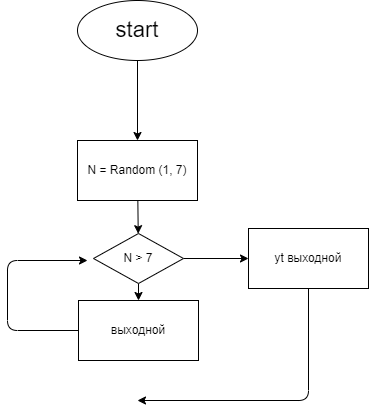
This is Ex003/diagram.drawio.png from YuVasilya/Home_work_2, a draw.io export, as it was before one commit. Source tidied: cells renumbered, new cells last; positions are measured from the earlier drawing's top-left corner, leaving out a move shared by most shapes.
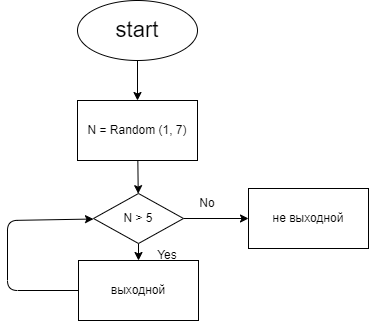
After the commit.

Change to the diagram source:
```diff
@@ -6,7 +6,7 @@
       <mxGeometry relative="1" as="geometry" />
     </mxCell>
     <mxCell id="3" value="&lt;font style=&quot;font-size: 22px&quot;&gt;start&lt;/font&gt;" style="ellipse;whiteSpace=wrap;html=1;" parent="1" vertex="1">
-      <mxGeometry x="70" width="120" height="60" as="geometry" />
+      <mxGeometry x="70" y="40" width="120" height="60" as="geometry" />
     </mxCell>
     <mxCell id="4" style="edgeStyle=none;html=1;fontSize=22;" parent="1" edge="1" source="5" target="8">
       <mxGeometry relative="1" as="geometry" />
@@ -20,31 +20,29 @@
     <mxCell id="7" style="edgeStyle=none;html=1;fontSize=22;" parent="1" edge="1" source="8" target="10">
       <mxGeometry relative="1" as="geometry" />
     </mxCell>
-    <mxCell id="8" value="N &amp;gt; 7" style="rhombus;whiteSpace=wrap;html=1;" parent="1" vertex="1">
+    <mxCell id="8" value="N &amp;gt; 5" style="rhombus;whiteSpace=wrap;html=1;" parent="1" vertex="1">
       <mxGeometry x="86" y="233" width="90" height="50" as="geometry" />
     </mxCell>
     <mxCell id="9" value="выходной" style="whiteSpace=wrap;html=1;" parent="1" vertex="1">
       <mxGeometry x="71" y="300" width="120" height="60" as="geometry" />
     </mxCell>
-    <mxCell id="10" value="yt выходной" style="whiteSpace=wrap;html=1;" parent="1" vertex="1">
+    <mxCell id="10" value="не выходной" style="whiteSpace=wrap;html=1;" parent="1" vertex="1">
       <mxGeometry x="241" y="228" width="120" height="60" as="geometry" />
     </mxCell>
-    <mxCell id="11" style="endArrow=classic;html=1;fontSize=22;exitX=0.5;exitY=1;exitDx=0;exitDy=0;" parent="1" edge="1" source="10">
-      <mxGeometry relative="1" as="geometry">
-        <mxPoint x="130" y="400" as="targetPoint" />
-        <Array as="points">
-          <mxPoint x="301" y="400" />
-        </Array>
-      </mxGeometry>
-    </mxCell>
     <mxCell id="12" style="endArrow=classic;html=1;fontSize=22;exitX=0;exitY=0.5;exitDx=0;exitDy=0;" parent="1" edge="1" source="9">
       <mxGeometry relative="1" as="geometry">
-        <mxPoint x="80" y="260" as="targetPoint" />
+        <mxPoint x="86" y="258.5" as="targetPoint" />
         <Array as="points">
           <mxPoint y="330" />
           <mxPoint y="260" />
         </Array>
       </mxGeometry>
     </mxCell>
+    <mxCell id="13" value="Yes" style="text;html=1;strokeColor=none;fillColor=none;align=center;verticalAlign=middle;whiteSpace=wrap;rounded=0;" parent="1" vertex="1">
+      <mxGeometry x="130" y="280" width="60" height="30" as="geometry" />
+    </mxCell>
+    <mxCell id="14" value="No" style="text;html=1;strokeColor=none;fillColor=none;align=center;verticalAlign=middle;whiteSpace=wrap;rounded=0;" parent="1" vertex="1">
+      <mxGeometry x="170" y="228" width="60" height="30" as="geometry" />
+    </mxCell>
   </root>
 </mxGraphModel>
```
